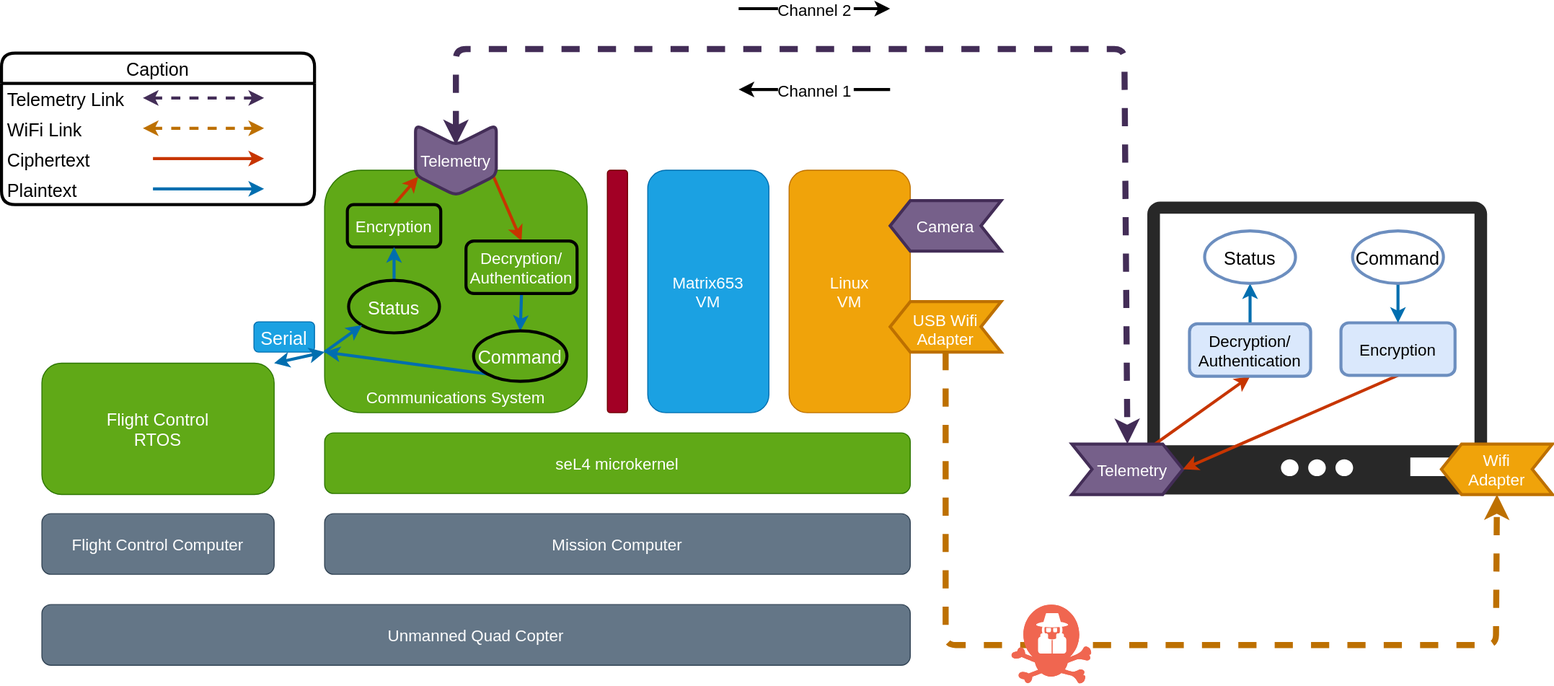
This is pics/system.svg from colorglass/seL4_rpi4, a draw.io export, as it was before one commit. Source tidied: cells renumbered, new cells last; positions are measured from the earlier drawing's top-left corner, leaving out a move shared by most shapes.
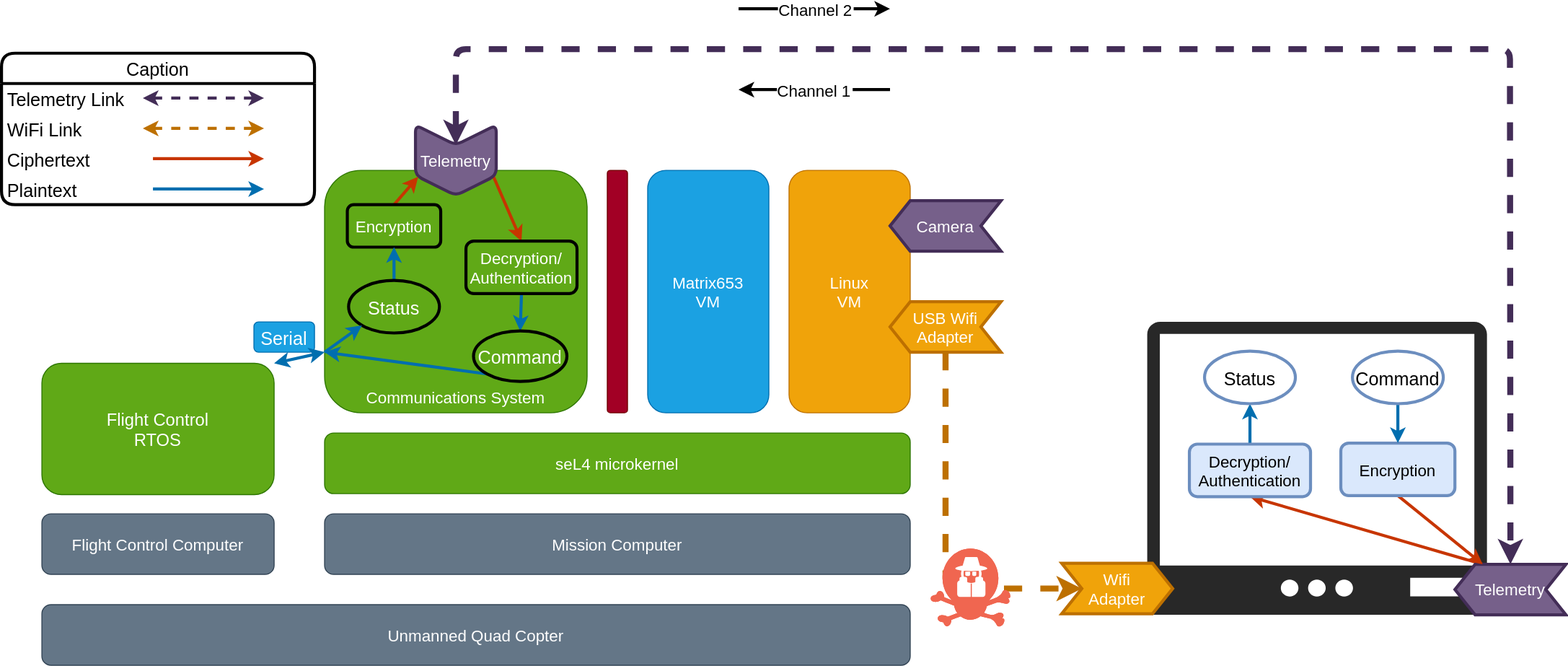
After the commit.

What changed in the source:
```diff
@@ -3,7 +3,7 @@
     <mxCell id="0" />
     <mxCell id="1" parent="0" />
     <mxCell id="2" style="verticalLabelPosition=bottom;sketch=0;html=1;fillColor=#282828;strokeColor=none;verticalAlign=top;align=center;shape=mxgraph.cisco_safe.iot_things_icons.icon28;" parent="1" vertex="1">
-      <mxGeometry x="1097" y="191" width="413" height="290" as="geometry" />
+      <mxGeometry x="1097" y="310" width="413" height="290" as="geometry" />
     </mxCell>
     <mxCell id="3" value="Serial" style="text;strokeColor=#006EAF;fillColor=#1ba1e2;align=center;verticalAlign=middle;rounded=1;fontSize=18;fontColor=#ffffff;glass=0;" parent="1" vertex="1">
       <mxGeometry x="250" y="310" width="60" height="30" as="geometry" />
@@ -41,20 +41,20 @@
     <mxCell id="14" value="Telemetry" style="text;strokeColor=none;fillColor=none;align=center;verticalAlign=middle;rounded=0;strokeWidth=3;fontSize=16;fontColor=#FFFFFF;" parent="1" vertex="1">
       <mxGeometry x="420" y="135" width="60" height="30" as="geometry" />
     </mxCell>
-    <mxCell id="15" style="edgeStyle=none;exitX=0.75;exitY=0;exitDx=0;exitDy=0;entryX=0.5;entryY=1;entryDx=0;entryDy=0;strokeWidth=3;fontSize=18;fontColor=#000000;fillColor=#fa6800;strokeColor=#C73500;" parent="1" edge="1" source="16" target="50">
+    <mxCell id="15" style="edgeStyle=none;exitX=0.75;exitY=1;exitDx=0;exitDy=0;entryX=0.5;entryY=1;entryDx=0;entryDy=0;strokeWidth=3;fontSize=18;fontColor=#000000;fillColor=#fa6800;strokeColor=#C73500;" parent="1" edge="1" source="16" target="50">
       <mxGeometry relative="1" as="geometry" />
     </mxCell>
-    <mxCell id="16" style="shape=step;perimeter=stepPerimeter;fixedSize=1;rounded=0;strokeColor=#432D57;strokeWidth=3;fontSize=16;fontColor=#ffffff;fillColor=#76608a;" parent="1" vertex="1">
-      <mxGeometry x="1060" y="431" width="110" height="50" as="geometry" />
+    <mxCell id="16" style="shape=step;perimeter=stepPerimeter;fixedSize=1;rounded=0;strokeColor=#432D57;strokeWidth=3;fontSize=16;fontColor=#ffffff;fillColor=#76608a;rotation=-180;" parent="1" vertex="1">
+      <mxGeometry x="1439.5" y="550" width="110" height="50" as="geometry" />
     </mxCell>
     <mxCell id="17" value="Telemetry" style="text;strokeColor=none;fillColor=none;align=center;verticalAlign=middle;rounded=0;strokeWidth=3;fontSize=16;fontColor=#FFFFFF;" parent="1" vertex="1">
-      <mxGeometry x="1090" y="441" width="60" height="30" as="geometry" />
+      <mxGeometry x="1464.5" y="559" width="60" height="30" as="geometry" />
     </mxCell>
-    <mxCell id="18" style="edgeStyle=none;exitX=0.5;exitY=1;exitDx=0;exitDy=0;entryX=1;entryY=0.5;entryDx=0;entryDy=0;strokeWidth=3;fontSize=18;fontColor=#000000;fillColor=#fa6800;strokeColor=#C73500;" parent="1" edge="1" source="19" target="16">
+    <mxCell id="18" style="edgeStyle=none;exitX=0.5;exitY=1;exitDx=0;exitDy=0;entryX=0.75;entryY=1;entryDx=0;entryDy=0;strokeWidth=3;fontSize=18;fontColor=#000000;fillColor=#fa6800;strokeColor=#C73500;" parent="1" edge="1" source="19" target="16">
       <mxGeometry relative="1" as="geometry" />
     </mxCell>
     <mxCell id="19" value="Encryption" style="rounded=1;strokeColor=#6c8ebf;strokeWidth=3;fontSize=16;fillColor=#dae8fc;fontColor=#000000;" parent="1" vertex="1">
-      <mxGeometry x="1326.5" y="311" width="113" height="52" as="geometry" />
+      <mxGeometry x="1326.5" y="430" width="113" height="52" as="geometry" />
     </mxCell>
     <mxCell id="20" style="shape=step;perimeter=stepPerimeter;fixedSize=1;rounded=0;strokeColor=#432D57;strokeWidth=3;fontSize=16;fontColor=#ffffff;rotation=-180;fillColor=#76608a;" parent="1" vertex="1">
       <mxGeometry x="880" y="190" width="110" height="50" as="geometry" />
@@ -62,11 +62,10 @@
     <mxCell id="21" value="Camera" style="text;strokeColor=none;fillColor=none;align=center;verticalAlign=middle;rounded=0;strokeWidth=3;fontSize=16;fontColor=#FFFFFF;" parent="1" vertex="1">
       <mxGeometry x="905" y="200" width="60" height="30" as="geometry" />
     </mxCell>
-    <mxCell id="22" style="edgeStyle=none;exitX=0.5;exitY=0;exitDx=0;exitDy=0;entryX=0.5;entryY=0;entryDx=0;entryDy=0;strokeWidth=6;fontSize=16;fontColor=#FFFFFF;dashed=1;fillColor=#f0a30a;strokeColor=#BD7000;" parent="1" edge="1" source="23" target="25">
+    <mxCell id="22" style="edgeStyle=none;exitX=0.5;exitY=0;exitDx=0;exitDy=0;entryX=0;entryY=0.5;entryDx=0;entryDy=0;strokeWidth=6;fontSize=16;fontColor=#FFFFFF;dashed=1;fillColor=#f0a30a;strokeColor=#BD7000;" parent="1" edge="1" source="23" target="25">
       <mxGeometry relative="1" as="geometry">
         <Array as="points">
-          <mxPoint x="935" y="630" />
-          <mxPoint x="1480" y="630" />
+          <mxPoint x="935" y="574" />
         </Array>
       </mxGeometry>
     </mxCell>
@@ -74,13 +73,13 @@
       <mxGeometry x="880" y="290" width="110" height="50" as="geometry" />
     </mxCell>
     <mxCell id="24" value="USB Wifi&#10;Adapter" style="text;strokeColor=none;fillColor=none;align=center;verticalAlign=middle;rounded=0;strokeWidth=3;fontSize=16;fontColor=#FFFFFF;" parent="1" vertex="1">
-      <mxGeometry x="897.5" y="302" width="75" height="30" as="geometry" />
+      <mxGeometry x="897.5" y="300" width="75" height="30" as="geometry" />
     </mxCell>
-    <mxCell id="25" style="shape=step;perimeter=stepPerimeter;fixedSize=1;rounded=0;strokeColor=#BD7000;strokeWidth=3;fontSize=16;fontColor=#000000;rotation=-180;fillColor=#f0a30a;" parent="1" vertex="1">
-      <mxGeometry x="1426" y="431" width="110" height="50" as="geometry" />
+    <mxCell id="25" style="shape=step;perimeter=stepPerimeter;fixedSize=1;rounded=0;strokeColor=#BD7000;strokeWidth=3;fontSize=16;fontColor=#000000;rotation=0;fillColor=#f0a30a;" parent="1" vertex="1">
+      <mxGeometry x="1050" y="549" width="110" height="50" as="geometry" />
     </mxCell>
     <mxCell id="26" value="Wifi&#10;Adapter" style="text;strokeColor=none;fillColor=none;align=center;verticalAlign=middle;rounded=0;strokeWidth=3;fontSize=16;fontColor=#FFFFFF;" parent="1" vertex="1">
-      <mxGeometry x="1451" y="441" width="60" height="30" as="geometry" />
+      <mxGeometry x="1075" y="559" width="60" height="30" as="geometry" />
     </mxCell>
     <mxCell id="27" value="Unmanned Quad Copter" style="rounded=1;fillColor=#647687;fontColor=#ffffff;strokeColor=#314354;fontSize=16;" parent="1" vertex="1">
       <mxGeometry x="40" y="590" width="860" height="60" as="geometry" />
@@ -88,11 +87,12 @@
     <mxCell id="28" value="Communications System" style="text;strokeColor=none;fillColor=none;align=center;verticalAlign=middle;rounded=0;labelBackgroundColor=none;strokeWidth=3;fontSize=16;fontColor=#FFFFFF;" parent="1" vertex="1">
       <mxGeometry x="340" y="369" width="220" height="30" as="geometry" />
     </mxCell>
-    <mxCell id="29" style="endArrow=classic;startArrow=classic;fontColor=#FFFFFF;strokeWidth=6;dashed=1;exitX=0.5;exitY=0;exitDx=0;exitDy=0;entryX=0.5;entryY=0;entryDx=0;entryDy=0;fillColor=#76608a;strokeColor=#432D57;" parent="1" edge="1" source="14" target="16">
+    <mxCell id="29" style="endArrow=classic;startArrow=classic;fontColor=#FFFFFF;strokeWidth=6;dashed=1;exitX=0.5;exitY=0;exitDx=0;exitDy=0;entryX=0.5;entryY=1;entryDx=0;entryDy=0;fillColor=#76608a;strokeColor=#432D57;" parent="1" edge="1" source="14" target="16">
       <mxGeometry relative="1" as="geometry">
         <Array as="points">
           <mxPoint x="450" y="40" />
           <mxPoint x="1112" y="40" />
+          <mxPoint x="1494" y="40" />
         </Array>
       </mxGeometry>
     </mxCell>
@@ -171,16 +171,16 @@
       <mxGeometry relative="1" as="geometry" />
     </mxCell>
     <mxCell id="50" value="Decryption/&#10;Authentication" style="rounded=1;strokeColor=#6c8ebf;strokeWidth=3;fontSize=16;fillColor=#dae8fc;fontColor=#000000;" parent="1" vertex="1">
-      <mxGeometry x="1176.5" y="312" width="120" height="52" as="geometry" />
+      <mxGeometry x="1176.5" y="431" width="120" height="52" as="geometry" />
     </mxCell>
     <mxCell id="51" value="Status" style="ellipse;rounded=1;glass=0;fontSize=18;fontColor=#000000;fillColor=none;strokeWidth=3;strokeColor=#6C8EBF;" parent="1" vertex="1">
-      <mxGeometry x="1191.5" y="220" width="90" height="52" as="geometry" />
+      <mxGeometry x="1191.5" y="339" width="90" height="52" as="geometry" />
     </mxCell>
     <mxCell id="52" style="edgeStyle=none;exitX=0.5;exitY=1;exitDx=0;exitDy=0;entryX=0.5;entryY=0;entryDx=0;entryDy=0;strokeWidth=3;fontSize=18;fontColor=#000000;fillColor=#1ba1e2;strokeColor=#006EAF;" parent="1" edge="1" source="53" target="19">
       <mxGeometry relative="1" as="geometry" />
     </mxCell>
     <mxCell id="53" value="Command" style="ellipse;rounded=1;glass=0;fontSize=18;fontColor=#000000;fillColor=none;strokeWidth=3;strokeColor=#6C8EBF;" parent="1" vertex="1">
-      <mxGeometry x="1338" y="220" width="90" height="52" as="geometry" />
+      <mxGeometry x="1338" y="339" width="90" height="52" as="geometry" />
     </mxCell>
     <mxCell id="54" style="endArrow=classic;strokeWidth=3;" parent="1" edge="1">
       <mxGeometry relative="1" as="geometry">
@@ -201,7 +201,7 @@
       <mxGeometry relative="1" as="geometry" />
     </mxCell>
     <mxCell id="58" style="verticalLabelPosition=bottom;sketch=0;html=1;fillColor=#F06650;strokeColor=#ffffff;verticalAlign=top;align=center;shape=mxgraph.cisco_safe.compositeIcon;bgIcon=threat5;resIcon=mxgraph.cisco_safe.threat.threat_e3;" parent="1" vertex="1">
-      <mxGeometry x="1000" y="590" width="80" height="80" as="geometry" />
+      <mxGeometry x="920" y="534.5" width="80" height="79" as="geometry" />
     </mxCell>
   </root>
 </mxGraphModel>
```
